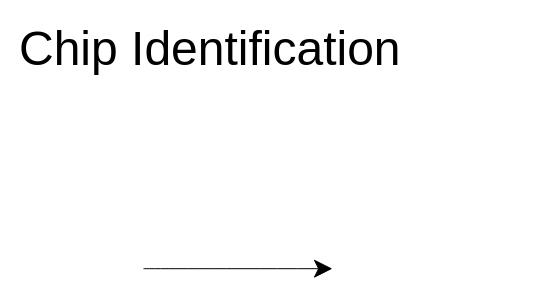
Earlier version of the draw.io diagram page "Chip Identification" (5 of 7) of diagrams/Version 1.drawio (lynnlo/polaris). Source tidied: cells renumbered, new cells numbered last; positions are measured from the earlier drawing's top-left corner, leaving out a move shared by most shapes. Both pictures are drawn from the tidied source at 100%, with x=0, y=0 at pixel (17, 16).
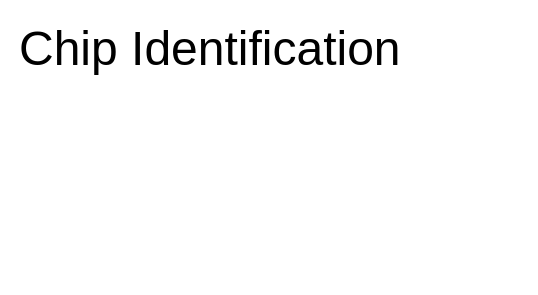
Above is the later version.

The edit, as a diff of the source:
```diff
@@
 <mxGraphModel>
   <root>
     <mxCell id="0" />
     <mxCell id="1" parent="0" />
     <mxCell id="2" value="Chip Identification" style="text;html=1;whiteSpace=wrap;strokeColor=none;fillColor=none;align=left;verticalAlign=middle;rounded=0;fontFamily=Rubik;fontSize=48;fontColor=default;labelBackgroundColor=default;curved=0;" parent="1" vertex="1">
       <mxGeometry y="0.2" width="503.9" height="63" as="geometry" />
     </mxCell>
-    <mxCell id="3" style="endArrow=classic;startArrow=none;html=1;rounded=0;strokeColor=default;align=center;verticalAlign=middle;fontFamily=Helvetica;fontSize=12;fontColor=default;labelBackgroundColor=default;startSize=8;endSize=15.873984;curved=1;startFill=0;" parent="1" edge="1">
-      <mxGeometry relative="1" as="geometry">
-        <mxPoint x="126" y="252.2" as="sourcePoint" />
-        <mxPoint x="314.9" y="252.2" as="targetPoint" />
-      </mxGeometry>
-    </mxCell>
   </root>
 </mxGraphModel>
```
